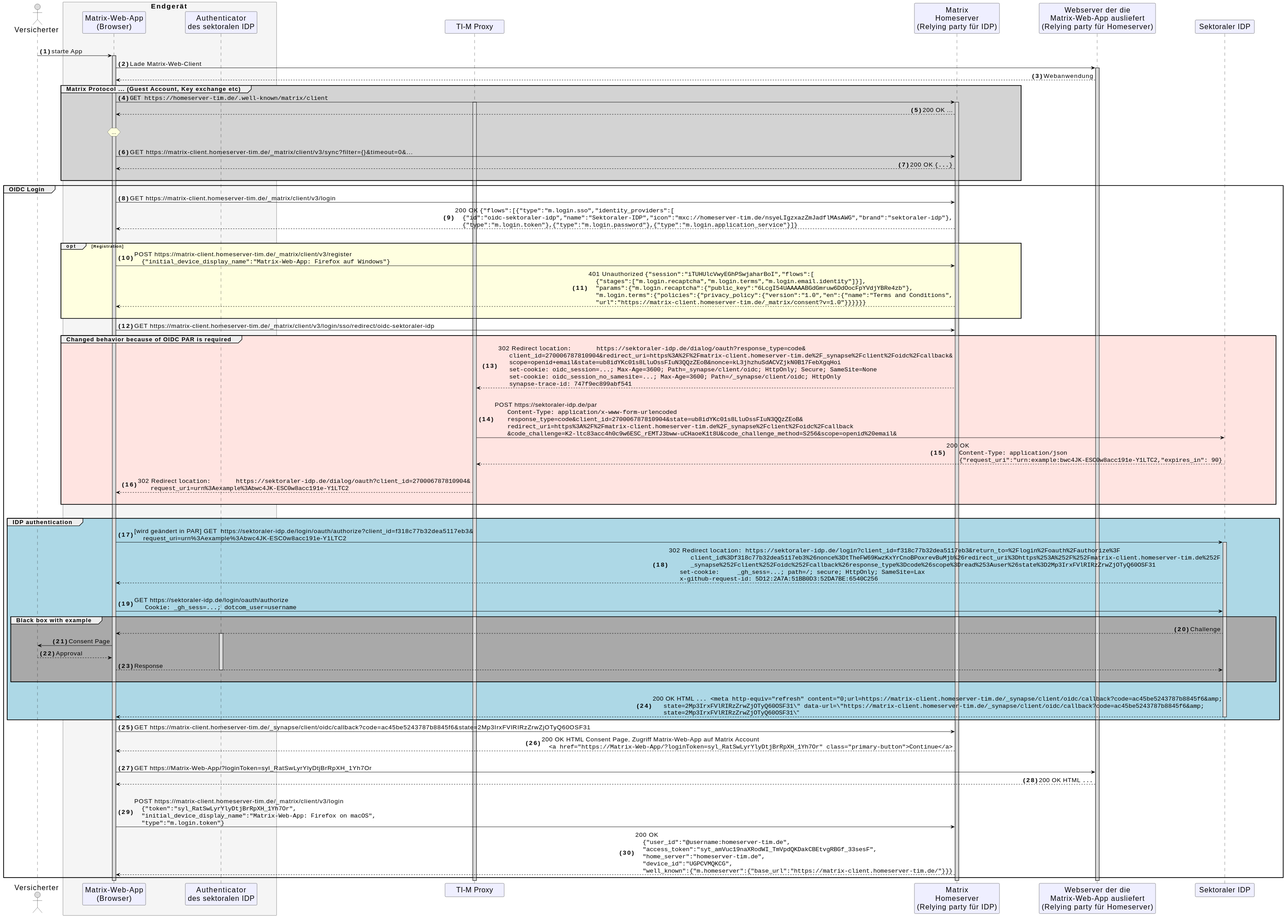
Above: images/diagrams/TI-Messenger-Dienst/Ressourcen/TI-Messenger_OIDC_Login.svg in gematik/api-ti-messenger (PlantUML), before the change.
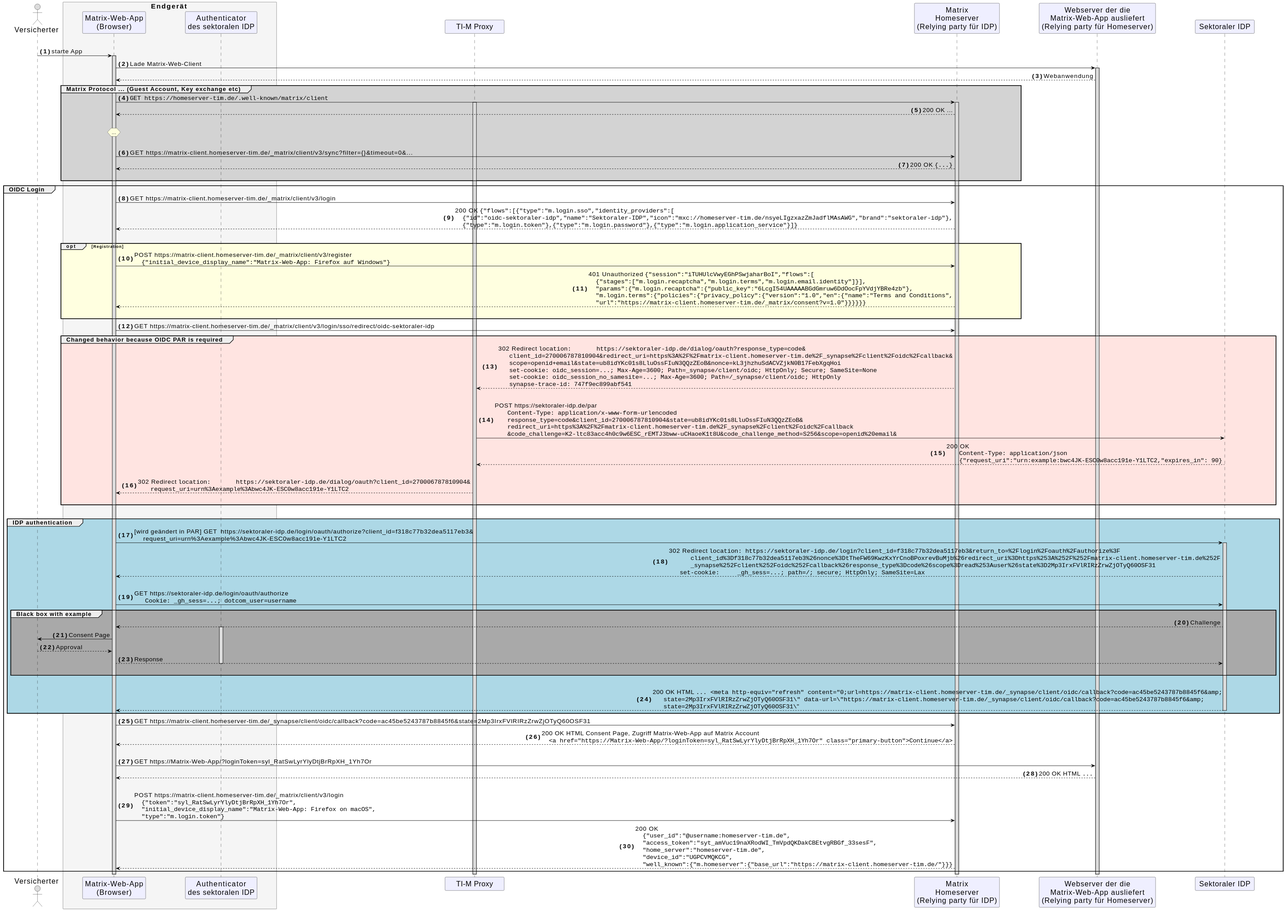
Above is the later version.

Commit message:
Commit from GitHub Actions (GeneratePlantumlImages)

Diff of the diagram source:
```diff
@@ -68,7 +68,7 @@
     |||
     end 'opt
     app -> hs: GET https://matrix-client.homeserver-tim.de/_matrix/client/v3/login/sso/redirect/oidc-sektoraler-idp
-    group #MistyRose <size:16>Changed behavior because of OIDC PAR is required</size>
+    group #MistyRose <size:16>Changed behavior because OIDC PAR is required</size>
       hs --> pr: 302 Redirect ""location:	https://sektoraler-idp.de/dialog/oauth?response_type=code&""\n      ""client_id=270006787810904&redirect_uri=https%3A%2F%2Fmatrix-client.homeserver-tim.de%2F_synapse%2Fclient%2Foidc%2Fcallback&""\n      ""scope=openid+email&state=ub8idYKc01s8LluOssFIuN3QQzZEoB&nonce=kL3jhzhuSdACVZjkN0B17FebXgqHoi""\n      ""set-cookie: oidc_session=...; Max-Age=3600; Path=_synapse/client/oidc; HttpOnly; Secure; SameSite=None""\n      ""set-cookie: oidc_session_no_samesite=...; Max-Age=3600; Path=/_synapse/client/oidc; HttpOnly""\n      ""synapse-trace-id: 747f9ec899abf541""
       |||
       pr -> idp: POST https://sektoraler-idp.de/par\n       ""Content-Type: application/x-www-form-urlencoded""\n       ""response_type=code&client_id=270006787810904&state=ub8idYKc01s8LluOssFIuN3QQzZEoB&""\n       ""redirect_uri=https%3A%2F%2Fmatrix-client.homeserver-tim.de%2F_synapse%2Fclient%2Foidc%2Fcallback""\n       ""&code_challenge=K2-ltc83acc4h0c9w6ESC_rEMTJ3bww-uCHaoeK1t8U&code_challenge_method=S256&scope=openid%20email&""
@@ -81,7 +81,7 @@
     group #LightBlue <size:16>IDP authentication</size>
       app -> idp: [wird geändert in PAR] GET	https://sektoraler-idp.de/login/oauth/authorize?client_id=f318c77b32dea5117eb3&\n     request_uri=urn%3Aexample%3Abwc4JK-ESC0w8acc191e-Y1LTC2
       activate idp
-      idp --> app: 302 Redirect ""location: https://sektoraler-idp.de/login?client_id=f318c77b32dea5117eb3&return_to=%2Flogin%2Foauth%2Fauthorize%3F""\n	    ""client_id%3Df318c77b32dea5117eb3%26nonce%3DtTheFW69KwzKxYrCnoBPoxrevBuMjb%26redirect_uri%3Dhttps%253A%252F%252Fmatrix-client.homeserver-tim.de%252F""\n	    ""_synapse%252Fclient%252Foidc%252Fcallback%26response_type%3Dcode%26scope%3Dread%253Auser%26state%3D2Mp3IrxFVlRIRzZrwZjOTyQ60OSF31""\n      ""set-cookie:	_gh_sess=...; path=/; secure; HttpOnly; SameSite=Lax""\n      ""x-github-request-id: 5D12:2A7A:51BB0D3:52DA7BE:6540C256""
+      idp --> app: 302 Redirect ""location: https://sektoraler-idp.de/login?client_id=f318c77b32dea5117eb3&return_to=%2Flogin%2Foauth%2Fauthorize%3F""\n	    ""client_id%3Df318c77b32dea5117eb3%26nonce%3DtTheFW69KwzKxYrCnoBPoxrevBuMjb%26redirect_uri%3Dhttps%253A%252F%252Fmatrix-client.homeserver-tim.de%252F""\n	    ""_synapse%252Fclient%252Foidc%252Fcallback%26response_type%3Dcode%26scope%3Dread%253Auser%26state%3D2Mp3IrxFVlRIRzZrwZjOTyQ60OSF31""\n      ""set-cookie:	_gh_sess=...; path=/; secure; HttpOnly; SameSite=Lax""
       |||
       app -> idp: GET https://sektoraler-idp.de/login/oauth/authorize\n      ""Cookie: _gh_sess=...; dotcom_user=username""
       group #DarkGray <size:16>Black box with example</size>
```
